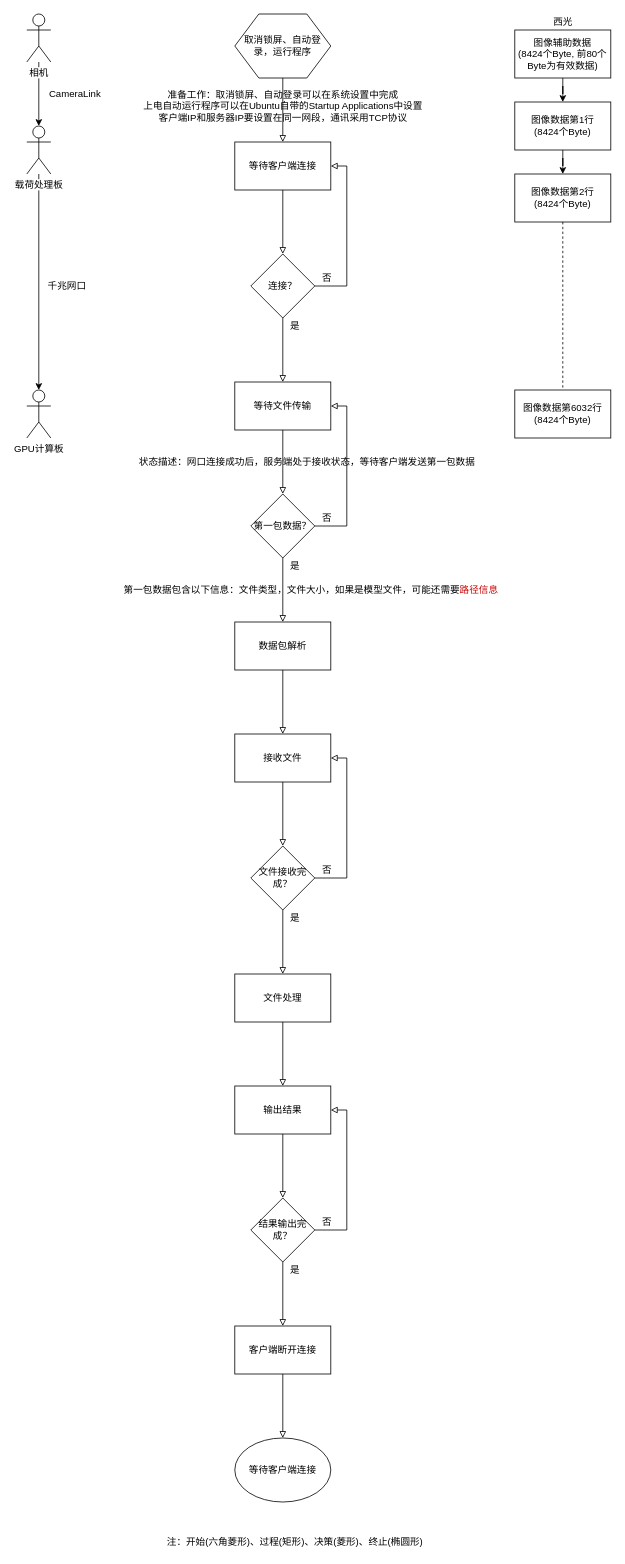
Above: 图像处理软件概要设计.drawio in hhwjsw711/image_process (draw.io), before the change. Source tidied: cells renumbered, new cells numbered last; positions are measured from the earlier drawing's top-left corner, leaving out a move shared by most shapes. Both pictures are drawn from the tidied source at 80%, with x=0, y=0 at pixel (26, 14).
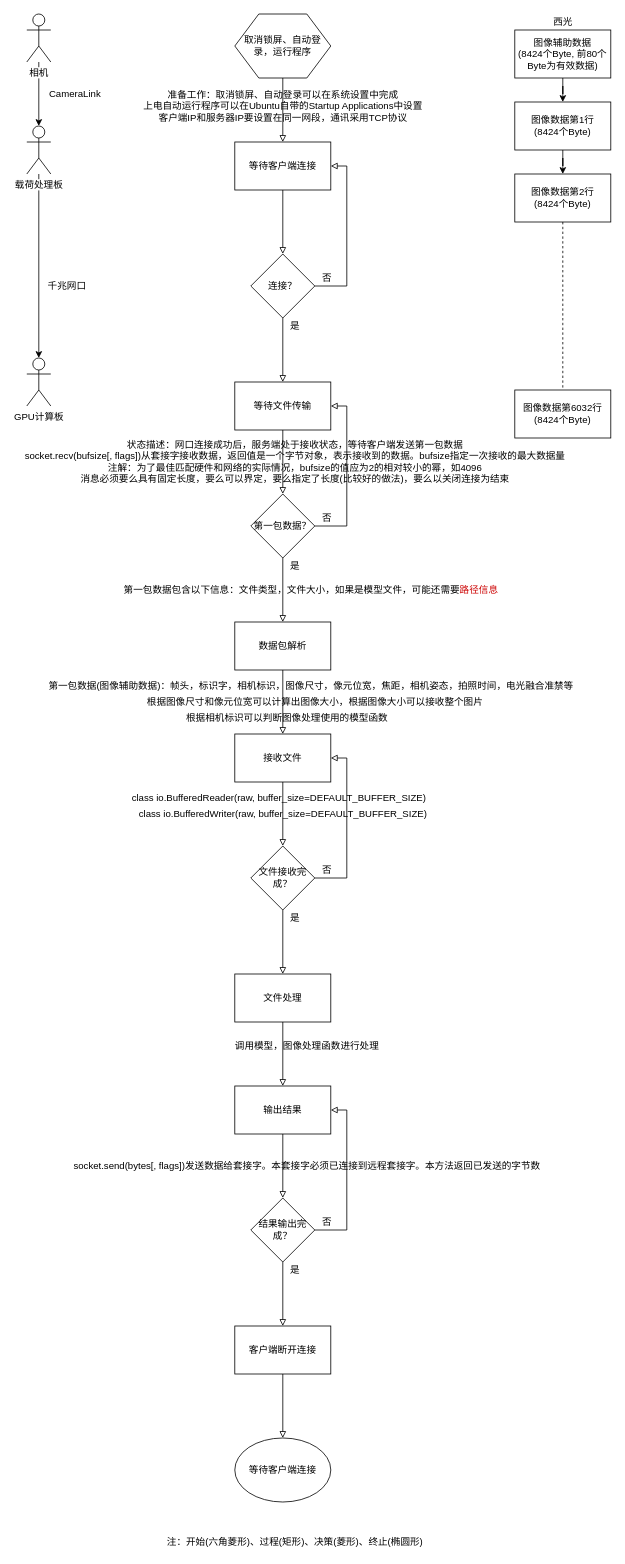
The same page after the edit.

Commit message:
更新图像处理软件概要设计.drawio

The edit, as a diff of the source:
```diff
@@
     <mxCell id="6" value="GPU计算板" style="shape=umlActor;verticalLabelPosition=bottom;labelBackgroundColor=#ffffff;verticalAlign=top;html=1;outlineConnect=0;shadow=0;strokeWidth=1;" parent="1" vertex="1">
-      <mxGeometry y="470" width="30" height="60" as="geometry" />
+      <mxGeometry y="430" width="30" height="60" as="geometry" />
     </mxCell>
@@
-    <mxCell id="56" value="状态描述：网口连接成功后，服务端处于接收状态，等待客户端发送第一包数据" style="text;html=1;align=center;verticalAlign=middle;" parent="1" vertex="1">
-      <mxGeometry x="130" y="550" width="440" height="20" as="geometry" />
+    <mxCell id="56" value="状态描述：网口连接成功后，服务端处于接收状态，等待客户端发送第一包数据&lt;br&gt;socket.recv(bufsize[, flags])从套接字接收数据，返回值是一个字节对象，表示接收到的数据。bufsize指定一次接收的最大数据量&lt;br&gt;注解：为了最佳匹配硬件和网络的实际情况，bufsize的值应为2的相对较小的幂，如4096&lt;br&gt;消息必须要么具有固定长度，要么可以界定，要么指定了长度(比较好的做法)，要么以关闭连接为结束" style="text;html=1;align=center;verticalAlign=middle;" parent="1" vertex="1">
+      <mxGeometry x="-10" y="530" width="690" height="60" as="geometry" />
     </mxCell>
@@
+    <mxCell id="58" value="socket.send(bytes[, flags])发送数据给套接字。本套接字必须已连接到远程套接字。本方法返回已发送的字节数" style="text;html=1;align=center;verticalAlign=middle;" parent="1" vertex="1">
+      <mxGeometry x="50" y="1430" width="600" height="20" as="geometry" />
+    </mxCell>
+    <mxCell id="59" value="第一包数据(图像辅助数据)：帧头，标识字，相机标识，图像尺寸，像元位宽，焦距，相机姿态，拍照时间，电光融合准禁等" style="text;html=1;align=center;verticalAlign=middle;" parent="1" vertex="1">
+      <mxGeometry x="20" y="830" width="670" height="20" as="geometry" />
+    </mxCell>
+    <mxCell id="60" value="根据图像尺寸和像元位宽可以计算出图像大小，根据图像大小可以接收整个图片" style="text;html=1;align=center;verticalAlign=middle;" parent="1" vertex="1">
+      <mxGeometry x="140" y="850" width="440" height="20" as="geometry" />
+    </mxCell>
+    <mxCell id="61" value="根据相机标识可以判断图像处理使用的模型函数" style="text;html=1;align=center;verticalAlign=middle;" parent="1" vertex="1">
+      <mxGeometry x="190" y="870" width="270" height="20" as="geometry" />
+    </mxCell>
+    <mxCell id="62" value="调用模型，图像处理函数进行处理" style="text;html=1;align=center;verticalAlign=middle;" parent="1" vertex="1">
+      <mxGeometry x="250" y="1280" width="200" height="20" as="geometry" />
+    </mxCell>
+    <mxCell id="63" value="class io.BufferedReader(raw, buffer_size=DEFAULT_BUFFER_SIZE)" style="text;html=1;align=center;verticalAlign=middle;" parent="1" vertex="1">
+      <mxGeometry x="125" y="970" width="380" height="20" as="geometry" />
+    </mxCell>
+    <mxCell id="64" value="class io.BufferedWriter(raw, buffer_size=DEFAULT_BUFFER_SIZE)" style="text;html=1;align=center;verticalAlign=middle;" parent="1" vertex="1">
+      <mxGeometry x="130" y="990" width="380" height="20" as="geometry" />
+    </mxCell>
```
